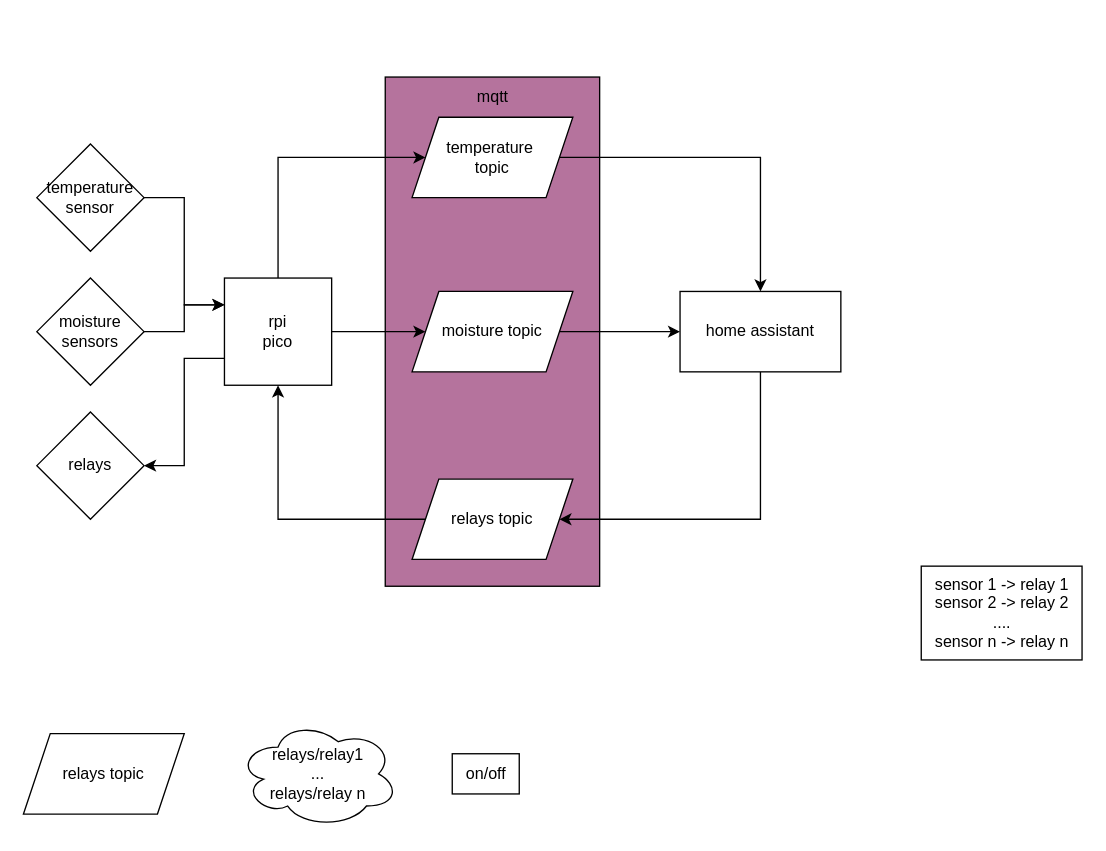
The draw.io diagram doc/data-flow.drawio in floryn08/rpi-pico-watering-system, before the edit. Source tidied: cells renumbered, new cells numbered last; positions are measured from the earlier drawing's top-left corner, leaving out a move shared by most shapes. Both pictures are drawn from the tidied source at 134%, with x=0, y=0 at pixel (23, 76).
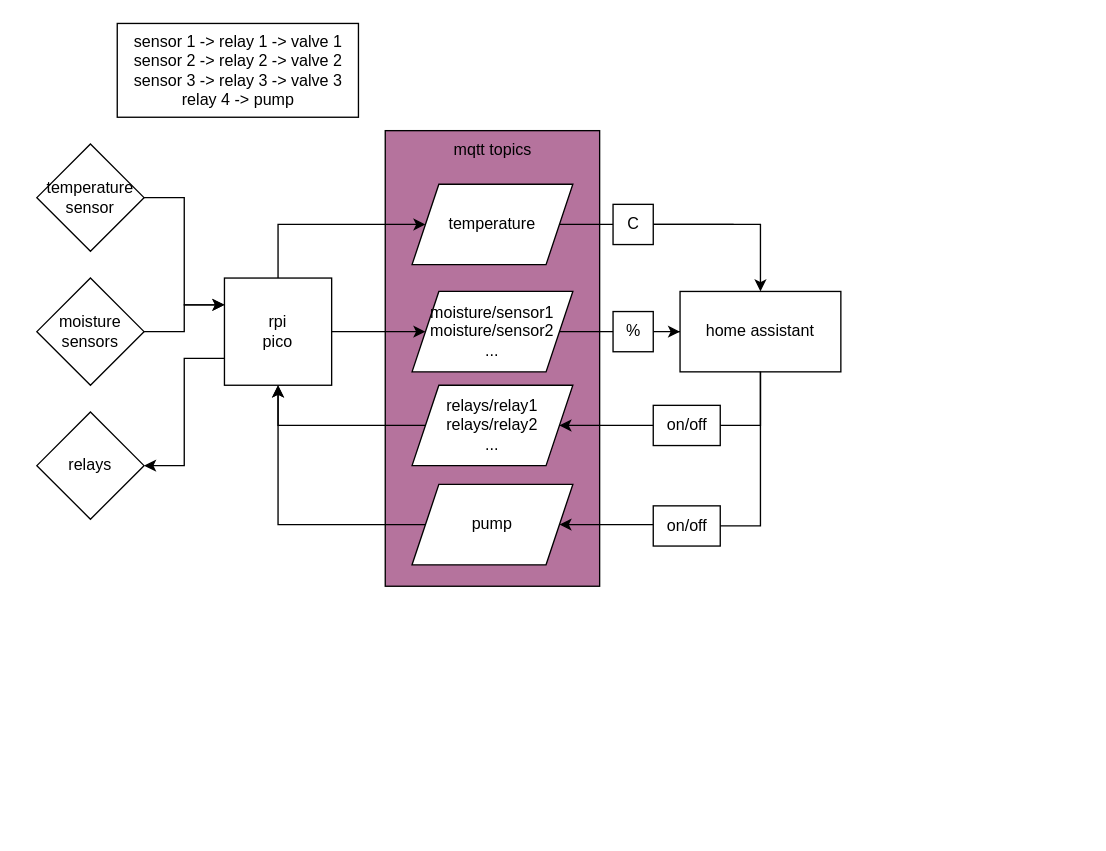
Above is the later version.

The change refers to these unchanged cells:
```xml
<mxCell id="6" value="rpi&lt;br&gt;pico&lt;br&gt;" style="whiteSpace=wrap;html=1;" parent="1" vertex="1">
  <mxGeometry x="150" y="150" width="80" height="80" as="geometry" />
</mxCell>
<mxCell id="13" value="home assistant" style="whiteSpace=wrap;html=1;" parent="1" vertex="1">
  <mxGeometry x="490" y="160" width="120" height="60" as="geometry" />
</mxCell>
```

The edit, as a diff of the source:
```diff
@@
     <mxCell id="2" style="rounded=0;whiteSpace=wrap;html=1;fillColor=#B5739D;" parent="1" vertex="1">
-      <mxGeometry x="270" width="160" height="380" as="geometry" />
+      <mxGeometry x="270" y="40" width="160" height="340" as="geometry" />
     </mxCell>
@@
     <mxCell id="4" style="edgeStyle=orthogonalEdgeStyle;rounded=0;jettySize=auto;html=1;entryX=0;entryY=0.5;entryDx=0;entryDy=0;exitX=0.5;exitY=0;exitDx=0;exitDy=0;" parent="1" edge="1" source="6" target="17">
       <mxGeometry relative="1" as="geometry">
         <Array as="points">
-          <mxPoint x="190" y="60" />
+          <mxPoint x="190" y="110" />
         </Array>
       </mxGeometry>
     </mxCell>
@@
-    <mxCell id="10" style="edgeStyle=orthogonalEdgeStyle;rounded=0;jettySize=auto;html=1;" parent="1" edge="1" source="11" target="13">
+    <mxCell id="10" style="edgeStyle=orthogonalEdgeStyle;rounded=0;jettySize=auto;html=1;startArrow=none;" parent="1" edge="1" source="33" target="13">
       <mxGeometry relative="1" as="geometry" />
     </mxCell>
-    <mxCell id="11" value="moisture topic" style="shape=parallelogram;perimeter=parallelogramPerimeter;whiteSpace=wrap;html=1;fixedSize=1;" parent="1" vertex="1">
+    <mxCell id="11" value="moisture/sensor1&lt;br&gt;moisture/sensor2&lt;br&gt;..." style="shape=parallelogram;perimeter=parallelogramPerimeter;whiteSpace=wrap;html=1;fixedSize=1;" parent="1" vertex="1">
       <mxGeometry x="290" y="160" width="120" height="60" as="geometry" />
     </mxCell>
-    <mxCell id="12" style="edgeStyle=orthogonalEdgeStyle;rounded=0;jettySize=auto;html=1;entryX=1;entryY=0.5;entryDx=0;entryDy=0;" parent="1" edge="1" source="13" target="15">
-      <mxGeometry relative="1" as="geometry">
-        <Array as="points">
-          <mxPoint x="550" y="330" />
-        </Array>
-      </mxGeometry>
+    <mxCell id="12" style="edgeStyle=orthogonalEdgeStyle;rounded=0;jettySize=auto;html=1;entryX=1;entryY=0.5;entryDx=0;entryDy=0;startArrow=none;" parent="1" edge="1" source="31" target="15">
+      <mxGeometry relative="1" as="geometry" />
     </mxCell>
+    <mxCell id="25" style="edgeStyle=orthogonalEdgeStyle;rounded=0;jettySize=auto;html=1;exitX=0.5;exitY=1;exitDx=0;exitDy=0;entryX=1;entryY=0.5;entryDx=0;entryDy=0;startArrow=none;" parent="1" edge="1" source="29" target="28">
+      <mxGeometry relative="1" as="geometry">
+        <Array as="points">
+          <mxPoint x="495" y="334" />
+        </Array>
+      </mxGeometry>
+    </mxCell>
@@
-    <mxCell id="15" value="relays topic" style="shape=parallelogram;perimeter=parallelogramPerimeter;whiteSpace=wrap;html=1;fixedSize=1;" parent="1" vertex="1">
-      <mxGeometry x="290" y="300" width="120" height="60" as="geometry" />
+    <mxCell id="15" value="relays/relay1&lt;br&gt;relays/relay2&lt;br&gt;..." style="shape=parallelogram;perimeter=parallelogramPerimeter;whiteSpace=wrap;html=1;fixedSize=1;" parent="1" vertex="1">
+      <mxGeometry x="290" y="230" width="120" height="60" as="geometry" />
     </mxCell>
-    <mxCell id="16" style="edgeStyle=orthogonalEdgeStyle;rounded=0;jettySize=auto;html=1;entryX=0.5;entryY=0;entryDx=0;entryDy=0;" parent="1" edge="1" source="17" target="13">
-      <mxGeometry relative="1" as="geometry" />
-    </mxCell>
+    <mxCell id="26" style="edgeStyle=orthogonalEdgeStyle;rounded=0;jettySize=auto;html=1;entryX=0.5;entryY=0;entryDx=0;entryDy=0;startArrow=none;" parent="1" edge="1" source="36" target="13">
+      <mxGeometry relative="1" as="geometry" />
+    </mxCell>
-    <mxCell id="17" value="temperature&amp;nbsp;&lt;br&gt;topic" style="shape=parallelogram;perimeter=parallelogramPerimeter;whiteSpace=wrap;html=1;fixedSize=1;" parent="1" vertex="1">
-      <mxGeometry x="290" y="30" width="120" height="60" as="geometry" />
+    <mxCell id="17" value="temperature" style="shape=parallelogram;perimeter=parallelogramPerimeter;whiteSpace=wrap;html=1;fixedSize=1;" parent="1" vertex="1">
+      <mxGeometry x="290" y="80" width="120" height="60" as="geometry" />
     </mxCell>
-    <mxCell id="18" value="mqtt&lt;br&gt;" style="text;html=1;align=center;verticalAlign=middle;strokeColor=none;fillColor=none;" parent="1" vertex="1">
-      <mxGeometry x="325" width="50" height="30" as="geometry" />
+    <mxCell id="18" value="mqtt topics" style="text;html=1;align=center;verticalAlign=middle;strokeColor=none;fillColor=none;" parent="1" vertex="1">
+      <mxGeometry x="310" y="40" width="80" height="30" as="geometry" />
     </mxCell>
@@
-    <mxCell id="21" value="relays topic" style="shape=parallelogram;perimeter=parallelogramPerimeter;whiteSpace=wrap;html=1;fixedSize=1;" parent="1" vertex="1">
-      <mxGeometry y="490" width="120" height="60" as="geometry" />
-    </mxCell>
-    <mxCell id="22" value="on/off" style="text;html=1;align=center;verticalAlign=middle;strokeColor=default;fillColor=default;" parent="1" vertex="1">
-      <mxGeometry x="320" y="505" width="50" height="30" as="geometry" />
-    </mxCell>
-    <mxCell id="23" value="sensor 1 -&amp;gt; relay 1&lt;br&gt;sensor 2 -&amp;gt; relay 2&lt;br&gt;....&lt;br&gt;sensor n -&amp;gt; relay n" style="text;html=1;align=center;verticalAlign=middle;strokeColor=default;fillColor=default;" parent="1" vertex="1">
-      <mxGeometry x="670" y="365" width="120" height="70" as="geometry" />
+    <mxCell id="23" value="sensor 1 -&amp;gt; relay 1 -&amp;gt; valve 1&lt;br&gt;sensor 2 -&amp;gt; relay 2 -&amp;gt; valve 2&lt;br&gt;sensor 3 -&amp;gt; relay 3 -&amp;gt; valve 3&lt;br&gt;relay 4 -&amp;gt; pump&lt;br&gt;" style="text;html=1;align=center;verticalAlign=middle;strokeColor=default;fillColor=default;" parent="1" vertex="1">
+      <mxGeometry x="70" y="-40" width="180" height="70" as="geometry" />
     </mxCell>
-    <mxCell id="24" value="&lt;span style=&quot;&quot;&gt;relays/relay1&lt;/span&gt;&lt;br style=&quot;&quot;&gt;&lt;span style=&quot;&quot;&gt;...&lt;/span&gt;&lt;br style=&quot;&quot;&gt;&lt;span style=&quot;&quot;&gt;relays/relay n&lt;/span&gt;" style="ellipse;shape=cloud;whiteSpace=wrap;html=1;strokeColor=default;fillColor=default;" parent="1" vertex="1">
-      <mxGeometry x="160" y="480" width="120" height="80" as="geometry" />
-    </mxCell>
+    <mxCell id="27" style="edgeStyle=orthogonalEdgeStyle;rounded=0;jettySize=auto;html=1;" parent="1" edge="1" source="28" target="6">
+      <mxGeometry relative="1" as="geometry" />
+    </mxCell>
+    <mxCell id="28" value="pump" style="shape=parallelogram;perimeter=parallelogramPerimeter;whiteSpace=wrap;html=1;fixedSize=1;" parent="1" vertex="1">
+      <mxGeometry x="290" y="304" width="120" height="60" as="geometry" />
+    </mxCell>
+    <mxCell id="29" value="on/off" style="text;html=1;align=center;verticalAlign=middle;points=[];strokeColor=default;fillColor=default;" parent="1" vertex="1">
+      <mxGeometry x="470" y="320" width="50" height="30" as="geometry" />
+    </mxCell>
+    <mxCell id="30" style="edgeStyle=orthogonalEdgeStyle;rounded=0;jettySize=auto;html=1;exitX=0.5;exitY=1;exitDx=0;exitDy=0;entryX=1;entryY=0.5;entryDx=0;entryDy=0;endArrow=none;" parent="1" edge="1" source="13" target="29">
+      <mxGeometry relative="1" as="geometry" />
+    </mxCell>
+    <mxCell id="31" value="on/off" style="text;html=1;align=center;verticalAlign=middle;points=[];strokeColor=default;fillColor=default;" parent="1" vertex="1">
+      <mxGeometry x="470" y="245" width="50" height="30" as="geometry" />
+    </mxCell>
+    <mxCell id="32" style="edgeStyle=orthogonalEdgeStyle;rounded=0;jettySize=auto;html=1;entryX=1;entryY=0.5;entryDx=0;entryDy=0;endArrow=none;" parent="1" edge="1" source="13" target="31">
+      <mxGeometry relative="1" as="geometry">
+        <Array as="points">
+          <mxPoint x="550" y="260" />
+        </Array>
+      </mxGeometry>
+    </mxCell>
+    <mxCell id="33" value="%" style="text;html=1;align=center;verticalAlign=middle;points=[];strokeColor=default;fillColor=default;" parent="1" vertex="1">
+      <mxGeometry x="440" y="175" width="30" height="30" as="geometry" />
+    </mxCell>
+    <mxCell id="34" style="edgeStyle=orthogonalEdgeStyle;rounded=0;jettySize=auto;html=1;endArrow=none;" parent="1" edge="1" source="11" target="33">
+      <mxGeometry relative="1" as="geometry" />
+    </mxCell>
+    <mxCell id="35" style="edgeStyle=orthogonalEdgeStyle;rounded=0;jettySize=auto;html=1;endArrow=none;" parent="1" edge="1" source="17">
+      <mxGeometry relative="1" as="geometry">
+        <mxPoint x="530" y="110" as="targetPoint" />
+        <Array as="points">
+          <mxPoint x="520" y="110" />
+        </Array>
+      </mxGeometry>
+    </mxCell>
+    <mxCell id="36" value="C" style="text;html=1;align=center;verticalAlign=middle;points=[];strokeColor=default;fillColor=default;" parent="1" vertex="1">
+      <mxGeometry x="440" y="95" width="30" height="30" as="geometry" />
+    </mxCell>
```
